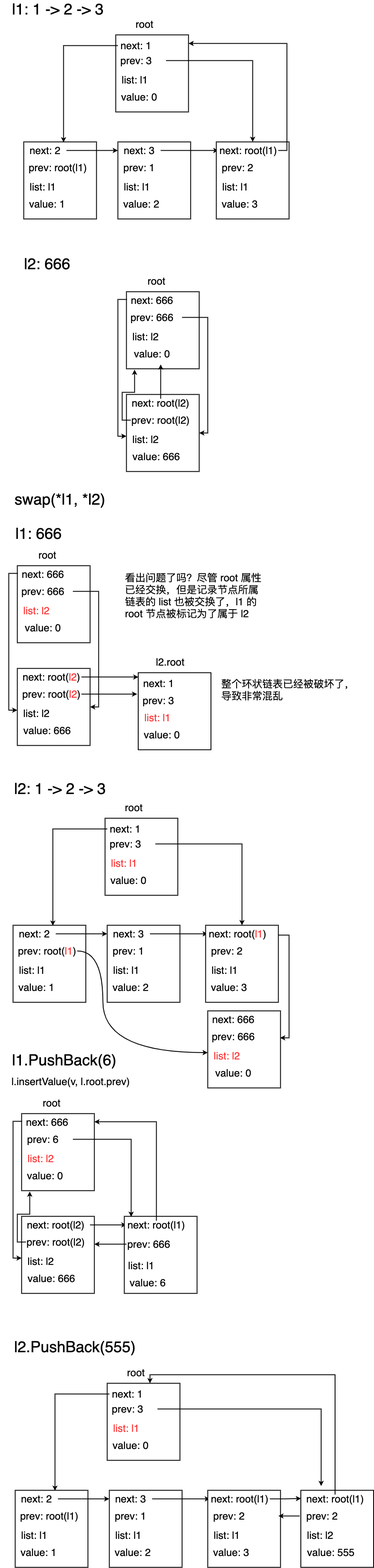
Above: go-container/list-swap.png in autsu/diagrams (draw.io), before the change. Source tidied: cells renumbered, new cells last; positions are measured from the earlier drawing's top-left corner, leaving out a move shared by most shapes.
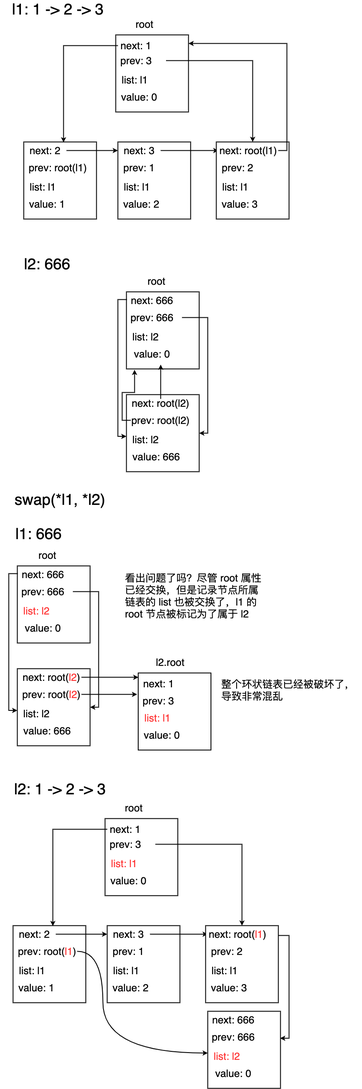
After the commit.

Commit message:
go-container/list-swap 放弃

The edit, as a diff of the source:
```diff
@@ -92,15 +92,9 @@
     <mxCell id="31" value="&lt;font style=&quot;font-size: 36px&quot;&gt;l2: 1 -&amp;gt; 2 -&amp;gt; 3&lt;/font&gt;" style="text;html=1;strokeColor=none;fillColor=none;align=center;verticalAlign=middle;whiteSpace=wrap;rounded=0;" parent="1" vertex="1">
       <mxGeometry x="10" y="1830" width="260" as="geometry" />
     </mxCell>
-    <mxCell id="32" value="&lt;span style=&quot;font-size: 36px&quot;&gt;l1.PushBack(6)&lt;/span&gt;" style="text;html=1;strokeColor=none;fillColor=none;align=center;verticalAlign=middle;whiteSpace=wrap;rounded=0;" parent="1" vertex="1">
-      <mxGeometry x="30" y="2450" width="240" height="30" as="geometry" />
-    </mxCell>
     <mxCell id="33" value="&lt;font style=&quot;font-size: 24px&quot;&gt;看出问题了吗？尽管 root 属性已经交换，但是记录节点所属链表的 list 也被交换了，l1 的root 节点被标记为了属于 l2&lt;/font&gt;" style="text;html=1;strokeColor=none;fillColor=none;align=left;verticalAlign=middle;whiteSpace=wrap;rounded=0;" parent="1" vertex="1">
       <mxGeometry x="290" y="1330" width="330" height="100" as="geometry" />
     </mxCell>
-    <mxCell id="34" value="&lt;font style=&quot;font-size: 24px&quot;&gt;l.insertValue(v, l.root.prev)&lt;/font&gt;" style="text;html=1;strokeColor=none;fillColor=none;align=center;verticalAlign=middle;whiteSpace=wrap;rounded=0;" parent="1" vertex="1">
-      <mxGeometry x="15" y="2500" width="300" height="30" as="geometry" />
-    </mxCell>
     <mxCell id="35" style="rounded=0;whiteSpace=wrap;html=1;strokeWidth=2;" parent="1" vertex="1">
       <mxGeometry x="270" y="70" width="170" height="180" as="geometry" />
     </mxCell>
@@ -284,178 +278,6 @@
     <mxCell id="92" value="&lt;font style=&quot;font-size: 24px&quot;&gt;root&lt;/font&gt;" style="text;html=1;strokeColor=none;fillColor=none;align=center;verticalAlign=middle;whiteSpace=wrap;rounded=0;" parent="1" vertex="1">
       <mxGeometry x="270" y="1870" width="85" height="10" as="geometry" />
     </mxCell>
-    <mxCell id="93" style="rounded=0;whiteSpace=wrap;html=1;strokeWidth=2;" parent="1" vertex="1">
-      <mxGeometry x="50" y="2590" width="170" height="180" as="geometry" />
-    </mxCell>
-    <mxCell id="94" style="edgeStyle=orthogonalEdgeStyle;rounded=0;jettySize=auto;html=1;strokeWidth=2;entryX=0;entryY=0.25;entryDx=0;entryDy=0;exitX=0.006;exitY=0.1;exitDx=0;exitDy=0;exitPerimeter=0;" parent="1" edge="1" source="93" target="105">
-      <mxGeometry relative="1" as="geometry" />
-    </mxCell>
-    <mxCell id="95" value="&lt;font style=&quot;font-size: 24px&quot;&gt;next:&amp;nbsp;&lt;/font&gt;&lt;span style=&quot;font-size: 24px&quot;&gt;666&lt;/span&gt;" style="text;html=1;strokeColor=none;fillColor=none;align=center;verticalAlign=middle;whiteSpace=wrap;rounded=0;" parent="1" vertex="1">
-      <mxGeometry x="60" y="2600" width="100" height="20" as="geometry" />
-    </mxCell>
-    <mxCell id="96" style="edgeStyle=orthogonalEdgeStyle;rounded=0;jettySize=auto;html=1;entryX=0.094;entryY=0.006;entryDx=0;entryDy=0;entryPerimeter=0;strokeWidth=2;" parent="1" edge="1" source="97" target="108">
-      <mxGeometry relative="1" as="geometry" />
-    </mxCell>
-    <mxCell id="97" value="&lt;font style=&quot;font-size: 24px&quot;&gt;prev: 6&lt;/font&gt;" style="text;html=1;strokeColor=none;fillColor=none;align=center;verticalAlign=middle;whiteSpace=wrap;rounded=0;" parent="1" vertex="1">
-      <mxGeometry x="30" y="2640" width="140" height="20" as="geometry" />
-    </mxCell>
-    <mxCell id="98" value="&lt;font style=&quot;font-size: 24px&quot; color=&quot;#ff3333&quot;&gt;list: l2&lt;/font&gt;" style="text;html=1;strokeColor=none;fillColor=none;align=center;verticalAlign=middle;whiteSpace=wrap;rounded=0;" parent="1" vertex="1">
-      <mxGeometry x="50" y="2680" width="90" height="30" as="geometry" />
-    </mxCell>
-    <mxCell id="99" value="&lt;font style=&quot;font-size: 24px&quot;&gt;value: 0&lt;/font&gt;" style="text;html=1;strokeColor=none;fillColor=none;align=center;verticalAlign=middle;whiteSpace=wrap;rounded=0;" parent="1" vertex="1">
-      <mxGeometry x="45" y="2720" width="120" height="30" as="geometry" />
-    </mxCell>
-    <mxCell id="100" style="rounded=0;whiteSpace=wrap;html=1;strokeWidth=2;" parent="1" vertex="1">
-      <mxGeometry x="50" y="2830" width="170" height="180" as="geometry" />
-    </mxCell>
-    <mxCell id="101" style="edgeStyle=orthogonalEdgeStyle;rounded=0;jettySize=auto;html=1;entryX=0;entryY=0.5;entryDx=0;entryDy=0;strokeWidth=2;" parent="1" edge="1" target="110">
-      <mxGeometry relative="1" as="geometry">
-        <mxPoint x="210" y="2850" as="sourcePoint" />
-      </mxGeometry>
-    </mxCell>
-    <mxCell id="102" value="&lt;font style=&quot;font-size: 24px&quot;&gt;next:&amp;nbsp;&lt;/font&gt;&lt;span style=&quot;font-size: 24px&quot;&gt;root(l2)&lt;/span&gt;" style="text;html=1;strokeColor=none;fillColor=none;align=center;verticalAlign=middle;whiteSpace=wrap;rounded=0;" parent="1" vertex="1">
-      <mxGeometry x="80" y="2840" width="100" height="20" as="geometry" />
-    </mxCell>
-    <mxCell id="103" style="edgeStyle=orthogonalEdgeStyle;rounded=0;jettySize=auto;html=1;entryX=0.112;entryY=1.011;entryDx=0;entryDy=0;entryPerimeter=0;strokeWidth=2;exitX=0;exitY=0.5;exitDx=0;exitDy=0;" parent="1" edge="1" source="104" target="93">
-      <mxGeometry relative="1" as="geometry" />
-    </mxCell>
-    <mxCell id="104" value="&lt;font style=&quot;font-size: 24px&quot;&gt;prev: root(l2)&lt;/font&gt;" style="text;html=1;strokeColor=none;fillColor=none;align=center;verticalAlign=middle;whiteSpace=wrap;rounded=0;" parent="1" vertex="1">
-      <mxGeometry x="60" y="2880" width="140" height="20" as="geometry" />
-    </mxCell>
-    <mxCell id="105" value="&lt;font style=&quot;font-size: 24px&quot;&gt;list: l2&lt;/font&gt;" style="text;html=1;strokeColor=none;fillColor=none;align=center;verticalAlign=middle;whiteSpace=wrap;rounded=0;" parent="1" vertex="1">
-      <mxGeometry x="50" y="2920" width="90" height="30" as="geometry" />
-    </mxCell>
-    <mxCell id="106" value="&lt;font style=&quot;font-size: 24px&quot;&gt;value: 666&lt;/font&gt;" style="text;html=1;strokeColor=none;fillColor=none;align=center;verticalAlign=middle;whiteSpace=wrap;rounded=0;" parent="1" vertex="1">
-      <mxGeometry x="60" y="2960" width="120" height="30" as="geometry" />
-    </mxCell>
-    <mxCell id="107" value="&lt;font style=&quot;font-size: 24px&quot;&gt;root&lt;/font&gt;" style="text;html=1;strokeColor=none;fillColor=none;align=center;verticalAlign=middle;whiteSpace=wrap;rounded=0;" parent="1" vertex="1">
-      <mxGeometry x="77.5" y="2560" width="85" height="10" as="geometry" />
-    </mxCell>
-    <mxCell id="108" style="rounded=0;whiteSpace=wrap;html=1;strokeWidth=2;" parent="1" vertex="1">
-      <mxGeometry x="290" y="2830" width="170" height="180" as="geometry" />
-    </mxCell>
-    <mxCell id="109" style="edgeStyle=orthogonalEdgeStyle;rounded=0;jettySize=auto;html=1;exitX=0.5;exitY=0;exitDx=0;exitDy=0;entryX=1;entryY=0.106;entryDx=0;entryDy=0;entryPerimeter=0;strokeWidth=2;" parent="1" edge="1" source="110" target="93">
-      <mxGeometry relative="1" as="geometry" />
-    </mxCell>
-    <mxCell id="110" value="&lt;font style=&quot;font-size: 24px&quot;&gt;next: root(l1)&lt;/font&gt;" style="text;html=1;strokeColor=none;fillColor=none;align=center;verticalAlign=middle;whiteSpace=wrap;rounded=0;" parent="1" vertex="1">
-      <mxGeometry x="295" y="2840" width="140" height="20" as="geometry" />
-    </mxCell>
-    <mxCell id="111" value="&lt;font style=&quot;font-size: 24px&quot;&gt;list: l1&lt;/font&gt;" style="text;html=1;strokeColor=none;fillColor=none;align=center;verticalAlign=middle;whiteSpace=wrap;rounded=0;" parent="1" vertex="1">
-      <mxGeometry x="285" y="2930" width="90" height="30" as="geometry" />
-    </mxCell>
-    <mxCell id="112" value="&lt;font style=&quot;font-size: 24px&quot;&gt;value: 6&lt;/font&gt;" style="text;html=1;strokeColor=none;fillColor=none;align=center;verticalAlign=middle;whiteSpace=wrap;rounded=0;" parent="1" vertex="1">
-      <mxGeometry x="300" y="2970" width="90" height="30" as="geometry" />
-    </mxCell>
-    <mxCell id="113" style="edgeStyle=orthogonalEdgeStyle;rounded=0;jettySize=auto;html=1;entryX=1;entryY=0.361;entryDx=0;entryDy=0;entryPerimeter=0;strokeWidth=2;" parent="1" edge="1" source="114" target="100">
-      <mxGeometry relative="1" as="geometry" />
-    </mxCell>
-    <mxCell id="114" value="&lt;font style=&quot;font-size: 24px&quot;&gt;prev: 666&lt;/font&gt;" style="text;html=1;strokeColor=none;fillColor=none;align=center;verticalAlign=middle;whiteSpace=wrap;rounded=0;" parent="1" vertex="1">
-      <mxGeometry x="295" y="2890" width="105" height="10" as="geometry" />
-    </mxCell>
-    <mxCell id="115" value="&lt;span style=&quot;font-size: 36px&quot;&gt;l2.PushBack(555)&lt;/span&gt;" style="text;html=1;strokeColor=none;fillColor=none;align=center;verticalAlign=middle;whiteSpace=wrap;rounded=0;" parent="1" vertex="1">
-      <mxGeometry x="30" y="3120" width="290" height="30" as="geometry" />
-    </mxCell>
-    <mxCell id="116" style="rounded=0;whiteSpace=wrap;html=1;strokeWidth=2;" parent="1" vertex="1">
-      <mxGeometry x="35" y="3470" width="170" height="180" as="geometry" />
-    </mxCell>
-    <mxCell id="117" style="edgeStyle=orthogonalEdgeStyle;rounded=0;jettySize=auto;html=1;exitX=1;exitY=0.5;exitDx=0;exitDy=0;entryX=0;entryY=0.5;entryDx=0;entryDy=0;strokeWidth=2;" parent="1" edge="1" source="118" target="124">
-      <mxGeometry relative="1" as="geometry" />
-    </mxCell>
-    <mxCell id="118" value="&lt;font style=&quot;font-size: 24px&quot;&gt;next: 2&lt;/font&gt;" style="text;html=1;strokeColor=none;fillColor=none;align=center;verticalAlign=middle;whiteSpace=wrap;rounded=0;" parent="1" vertex="1">
-      <mxGeometry x="35" y="3480" width="100" height="20" as="geometry" />
-    </mxCell>
-    <mxCell id="119" value="&lt;font style=&quot;font-size: 24px&quot;&gt;prev: root(l1)&lt;/font&gt;" style="text;html=1;strokeColor=none;fillColor=none;align=center;verticalAlign=middle;whiteSpace=wrap;rounded=0;" parent="1" vertex="1">
-      <mxGeometry x="45" y="3520" width="140" height="20" as="geometry" />
-    </mxCell>
-    <mxCell id="120" value="&lt;font style=&quot;font-size: 24px&quot;&gt;list: l1&lt;/font&gt;" style="text;html=1;strokeColor=none;fillColor=none;align=center;verticalAlign=middle;whiteSpace=wrap;rounded=0;" parent="1" vertex="1">
-      <mxGeometry x="35" y="3560" width="90" height="30" as="geometry" />
-    </mxCell>
-    <mxCell id="121" value="&lt;font style=&quot;font-size: 24px&quot;&gt;value: 1&lt;/font&gt;" style="text;html=1;strokeColor=none;fillColor=none;align=center;verticalAlign=middle;whiteSpace=wrap;rounded=0;" parent="1" vertex="1">
-      <mxGeometry x="45" y="3600" width="90" height="30" as="geometry" />
-    </mxCell>
-    <mxCell id="122" style="rounded=0;whiteSpace=wrap;html=1;strokeWidth=2;" parent="1" vertex="1">
-      <mxGeometry x="255" y="3470" width="170" height="180" as="geometry" />
-    </mxCell>
-    <mxCell id="123" style="edgeStyle=orthogonalEdgeStyle;rounded=0;jettySize=auto;html=1;exitX=1;exitY=0.5;exitDx=0;exitDy=0;entryX=0;entryY=0.5;entryDx=0;entryDy=0;strokeWidth=2;" parent="1" edge="1" source="124" target="130">
-      <mxGeometry relative="1" as="geometry" />
-    </mxCell>
-    <mxCell id="124" value="&lt;font style=&quot;font-size: 24px&quot;&gt;next: 3&lt;/font&gt;" style="text;html=1;strokeColor=none;fillColor=none;align=center;verticalAlign=middle;whiteSpace=wrap;rounded=0;" parent="1" vertex="1">
-      <mxGeometry x="255" y="3480" width="100" height="20" as="geometry" />
-    </mxCell>
-    <mxCell id="125" value="&lt;font style=&quot;font-size: 24px&quot;&gt;prev: 1&lt;/font&gt;" style="text;html=1;strokeColor=none;fillColor=none;align=center;verticalAlign=middle;whiteSpace=wrap;rounded=0;" parent="1" vertex="1">
-      <mxGeometry x="235" y="3520" width="140" height="20" as="geometry" />
-    </mxCell>
-    <mxCell id="126" value="&lt;font style=&quot;font-size: 24px&quot;&gt;list: l1&lt;/font&gt;" style="text;html=1;strokeColor=none;fillColor=none;align=center;verticalAlign=middle;whiteSpace=wrap;rounded=0;" parent="1" vertex="1">
-      <mxGeometry x="255" y="3560" width="90" height="30" as="geometry" />
-    </mxCell>
-    <mxCell id="127" value="&lt;font style=&quot;font-size: 24px&quot;&gt;value: 2&lt;/font&gt;" style="text;html=1;strokeColor=none;fillColor=none;align=center;verticalAlign=middle;whiteSpace=wrap;rounded=0;" parent="1" vertex="1">
-      <mxGeometry x="265" y="3600" width="90" height="30" as="geometry" />
-    </mxCell>
-    <mxCell id="128" style="rounded=0;whiteSpace=wrap;html=1;strokeWidth=2;" parent="1" vertex="1">
-      <mxGeometry x="485" y="3470" width="170" height="180" as="geometry" />
-    </mxCell>
-    <mxCell id="129" style="edgeStyle=orthogonalEdgeStyle;rounded=0;jettySize=auto;html=1;entryX=0.003;entryY=0.106;entryDx=0;entryDy=0;entryPerimeter=0;strokeWidth=2;" parent="1" edge="1" source="130" target="142">
-      <mxGeometry relative="1" as="geometry" />
-    </mxCell>
-    <mxCell id="130" value="&lt;font style=&quot;font-size: 24px&quot;&gt;next: root(l1)&lt;/font&gt;" style="text;html=1;strokeColor=none;fillColor=none;align=center;verticalAlign=middle;whiteSpace=wrap;rounded=0;" parent="1" vertex="1">
-      <mxGeometry x="490" y="3480" width="140" height="20" as="geometry" />
-    </mxCell>
-    <mxCell id="131" value="&lt;font style=&quot;font-size: 24px&quot;&gt;prev: 2&lt;/font&gt;" style="text;html=1;strokeColor=none;fillColor=none;align=center;verticalAlign=middle;whiteSpace=wrap;rounded=0;" parent="1" vertex="1">
-      <mxGeometry x="465" y="3520" width="140" height="20" as="geometry" />
-    </mxCell>
-    <mxCell id="132" value="&lt;font style=&quot;font-size: 24px&quot;&gt;list: l1&lt;/font&gt;" style="text;html=1;strokeColor=none;fillColor=none;align=center;verticalAlign=middle;whiteSpace=wrap;rounded=0;" parent="1" vertex="1">
-      <mxGeometry x="485" y="3560" width="90" height="30" as="geometry" />
-    </mxCell>
-    <mxCell id="133" value="&lt;font style=&quot;font-size: 24px&quot;&gt;value: 3&lt;/font&gt;" style="text;html=1;strokeColor=none;fillColor=none;align=center;verticalAlign=middle;whiteSpace=wrap;rounded=0;" parent="1" vertex="1">
-      <mxGeometry x="495" y="3600" width="90" height="30" as="geometry" />
-    </mxCell>
-    <mxCell id="134" style="rounded=0;whiteSpace=wrap;html=1;strokeWidth=2;" parent="1" vertex="1">
-      <mxGeometry x="250" y="3220" width="170" height="180" as="geometry" />
-    </mxCell>
-    <mxCell id="135" style="edgeStyle=orthogonalEdgeStyle;rounded=0;jettySize=auto;html=1;entryX=0.547;entryY=0.006;entryDx=0;entryDy=0;entryPerimeter=0;strokeWidth=2;" parent="1" edge="1" source="136" target="116">
-      <mxGeometry relative="1" as="geometry" />
-    </mxCell>
-    <mxCell id="136" value="&lt;font style=&quot;font-size: 24px&quot;&gt;next: 1&lt;/font&gt;" style="text;html=1;strokeColor=none;fillColor=none;align=center;verticalAlign=middle;whiteSpace=wrap;rounded=0;" parent="1" vertex="1">
-      <mxGeometry x="255" y="3240" width="85" height="10" as="geometry" />
-    </mxCell>
-    <mxCell id="137" value="&lt;font style=&quot;font-size: 24px&quot; color=&quot;#ff3333&quot;&gt;list: l1&lt;/font&gt;" style="text;html=1;strokeColor=none;fillColor=none;align=center;verticalAlign=middle;whiteSpace=wrap;rounded=0;" parent="1" vertex="1">
-      <mxGeometry x="250" y="3310" width="90" height="30" as="geometry" />
-    </mxCell>
-    <mxCell id="138" value="&lt;font style=&quot;font-size: 24px&quot;&gt;value: 0&lt;/font&gt;" style="text;html=1;strokeColor=none;fillColor=none;align=center;verticalAlign=middle;whiteSpace=wrap;rounded=0;" parent="1" vertex="1">
-      <mxGeometry x="260" y="3350" width="90" height="30" as="geometry" />
-    </mxCell>
-    <mxCell id="139" style="edgeStyle=orthogonalEdgeStyle;rounded=0;jettySize=auto;html=1;exitX=1;exitY=0.5;exitDx=0;exitDy=0;strokeWidth=2;" parent="1" edge="1" source="140">
-      <mxGeometry relative="1" as="geometry">
-        <mxPoint x="750" y="3460" as="targetPoint" />
-      </mxGeometry>
-    </mxCell>
-    <mxCell id="140" value="&lt;font style=&quot;font-size: 24px&quot;&gt;prev: 3&lt;/font&gt;" style="text;html=1;strokeColor=none;fillColor=none;align=center;verticalAlign=middle;whiteSpace=wrap;rounded=0;" parent="1" vertex="1">
-      <mxGeometry x="227.5" y="3270" width="140" height="20" as="geometry" />
-    </mxCell>
-    <mxCell id="141" value="&lt;font style=&quot;font-size: 24px&quot;&gt;root&lt;/font&gt;" style="text;html=1;strokeColor=none;fillColor=none;align=center;verticalAlign=middle;whiteSpace=wrap;rounded=0;" parent="1" vertex="1">
-      <mxGeometry x="275" y="3190" width="85" height="10" as="geometry" />
-    </mxCell>
-    <mxCell id="142" style="rounded=0;whiteSpace=wrap;html=1;strokeWidth=2;" parent="1" vertex="1">
-      <mxGeometry x="702.5" y="3470" width="170" height="180" as="geometry" />
-    </mxCell>
-    <mxCell id="143" style="edgeStyle=orthogonalEdgeStyle;rounded=0;jettySize=auto;html=1;entryX=0.588;entryY=0;entryDx=0;entryDy=0;entryPerimeter=0;strokeWidth=2;exitX=0.5;exitY=0;exitDx=0;exitDy=0;" parent="1" edge="1" source="144" target="134">
-      <mxGeometry relative="1" as="geometry" />
-    </mxCell>
-    <mxCell id="144" value="&lt;font style=&quot;font-size: 24px&quot;&gt;next: root(l1)&lt;/font&gt;" style="text;html=1;strokeColor=none;fillColor=none;align=center;verticalAlign=middle;whiteSpace=wrap;rounded=0;" parent="1" vertex="1">
-      <mxGeometry x="712.5" y="3480" width="140" height="20" as="geometry" />
-    </mxCell>
-    <mxCell id="145" value="&lt;font style=&quot;font-size: 24px&quot;&gt;list: l2&lt;/font&gt;" style="text;html=1;strokeColor=none;fillColor=none;align=center;verticalAlign=middle;whiteSpace=wrap;rounded=0;" parent="1" vertex="1">
-      <mxGeometry x="702.5" y="3560" width="90" height="30" as="geometry" />
-    </mxCell>
-    <mxCell id="146" value="&lt;font style=&quot;font-size: 24px&quot;&gt;value: 555&lt;/font&gt;" style="text;html=1;strokeColor=none;fillColor=none;align=center;verticalAlign=middle;whiteSpace=wrap;rounded=0;" parent="1" vertex="1">
-      <mxGeometry x="712.5" y="3600" width="120" height="30" as="geometry" />
-    </mxCell>
-    <mxCell id="147" style="edgeStyle=orthogonalEdgeStyle;rounded=0;jettySize=auto;html=1;entryX=0.971;entryY=0.333;entryDx=0;entryDy=0;entryPerimeter=0;strokeWidth=2;" parent="1" edge="1" source="148" target="128">
-      <mxGeometry relative="1" as="geometry" />
-    </mxCell>
-    <mxCell id="148" value="&lt;font style=&quot;font-size: 24px&quot;&gt;prev: 2&lt;/font&gt;" style="text;html=1;strokeColor=none;fillColor=none;align=center;verticalAlign=middle;whiteSpace=wrap;rounded=0;" parent="1" vertex="1">
-      <mxGeometry x="700" y="3520" width="105" height="20" as="geometry" />
-    </mxCell>
     <mxCell id="149" style="rounded=0;whiteSpace=wrap;html=1;strokeWidth=2;" parent="1" vertex="1">
       <mxGeometry x="322.5" y="1560" width="170" height="180" as="geometry" />
     </mxCell>
```
